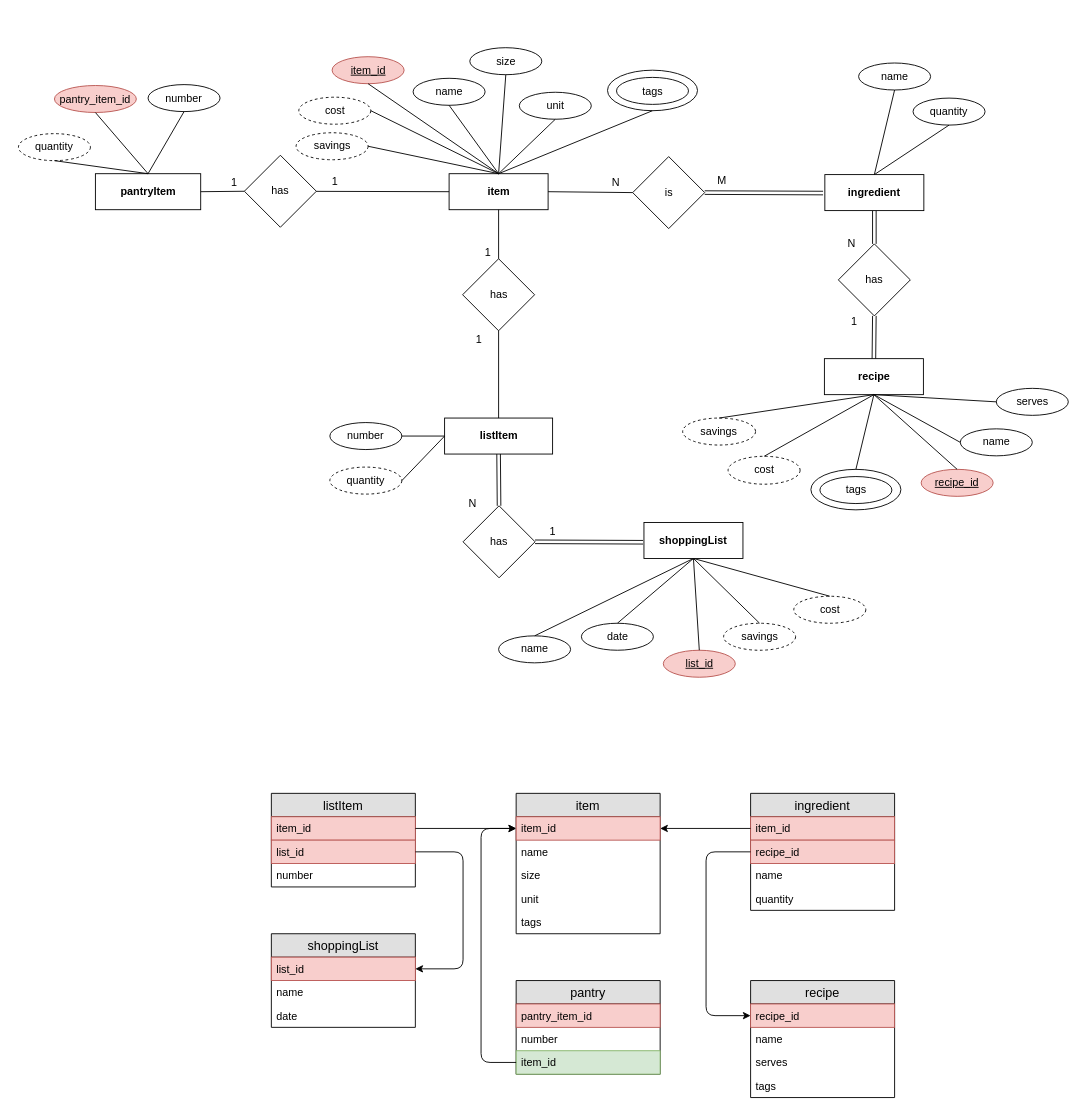
Above: foodShopER.drawio in Oolay/food-shop (draw.io), before the change. Source tidied: cells renumbered, new cells numbered last; positions are measured from the earlier drawing's top-left corner, leaving out a move shared by most shapes. Both pictures are drawn from the tidied source at 90%, with x=0, y=0 at pixel (18, 47).
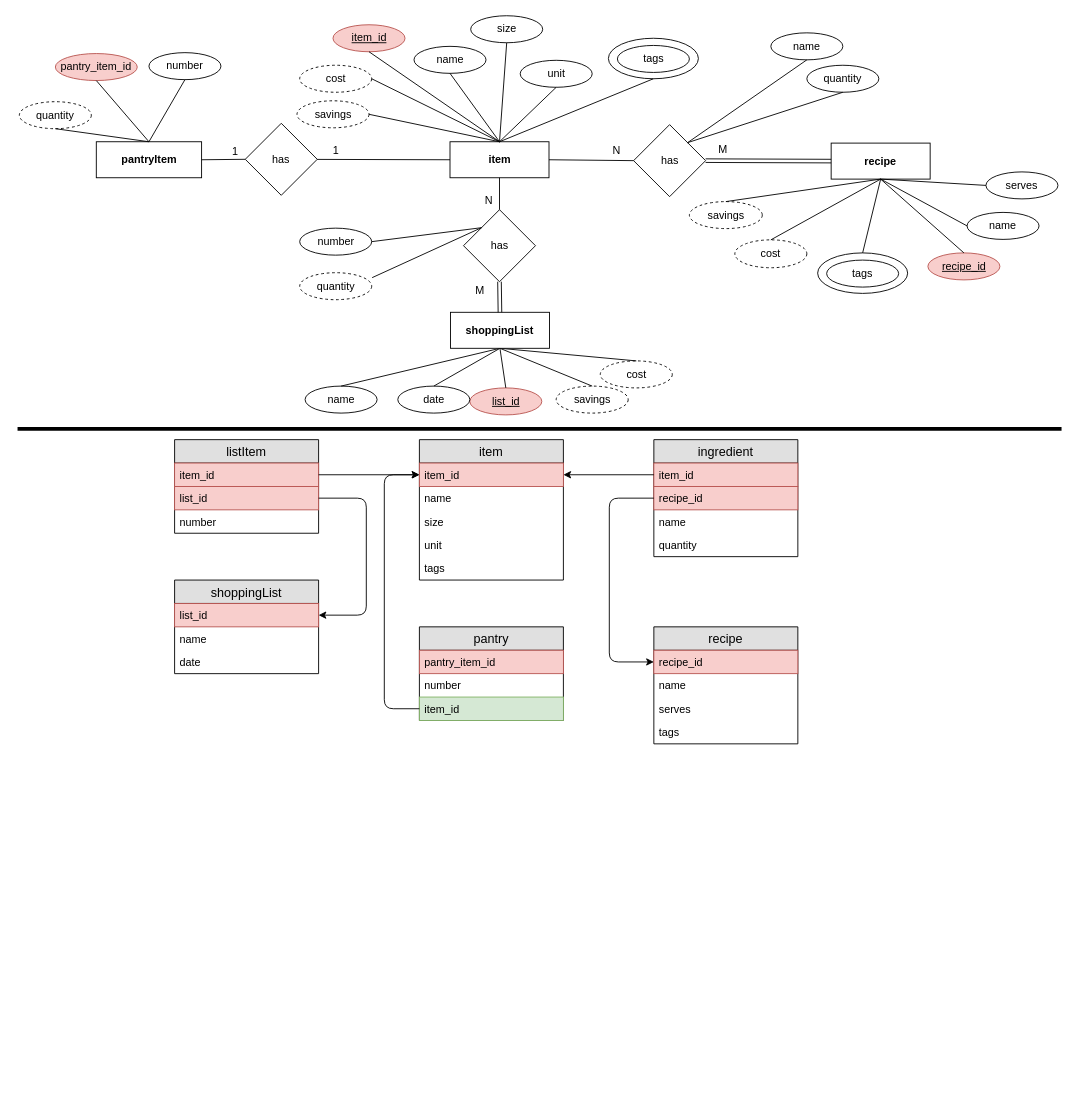
The same page after the edit.

Commit message:
Update foodShopER.drawio now includes schema

The change refers to these unchanged cells:
```xml
<mxCell id="79" value="item_id" style="text;strokeColor=#b85450;fillColor=#f8cecc;spacingLeft=4;spacingRight=4;overflow=hidden;points=[[0,0.5],[1,0.5]];portConstraint=eastwest;fontSize=12;" parent="78" vertex="1">
  <mxGeometry y="26" width="160" height="26" as="geometry" />
</mxCell>
<mxCell id="87" value="item_id" style="text;strokeColor=#82b366;fillColor=#d5e8d4;spacingLeft=4;spacingRight=4;overflow=hidden;points=[[0,0.5],[1,0.5]];portConstraint=eastwest;fontSize=12;" parent="84" vertex="1">
  <mxGeometry y="78" width="160" height="26" as="geometry" />
</mxCell>
<mxCell id="89" value="recipe_id" style="text;strokeColor=#b85450;fillColor=#f8cecc;spacingLeft=4;spacingRight=4;overflow=hidden;points=[[0,0.5],[1,0.5]];portConstraint=eastwest;fontSize=12;" parent="88" vertex="1">
  <mxGeometry y="26" width="160" height="26" as="geometry" />
</mxCell>
<mxCell id="94" value="list_id" style="text;strokeColor=#b85450;fillColor=#f8cecc;spacingLeft=4;spacingRight=4;overflow=hidden;points=[[0,0.5],[1,0.5]];portConstraint=eastwest;fontSize=12;" parent="93" vertex="1">
  <mxGeometry y="26" width="160" height="26" as="geometry" />
</mxCell>
<mxCell id="101" value="recipe_id" style="text;strokeColor=#b85450;fillColor=#f8cecc;spacingLeft=4;spacingRight=4;overflow=hidden;points=[[0,0.5],[1,0.5]];portConstraint=eastwest;fontSize=12;" parent="99" vertex="1">
  <mxGeometry y="52" width="160" height="26" as="geometry" />
</mxCell>
<mxCell id="106" value="list_id" style="text;strokeColor=#b85450;fillColor=#f8cecc;spacingLeft=4;spacingRight=4;overflow=hidden;points=[[0,0.5],[1,0.5]];portConstraint=eastwest;fontSize=12;" parent="104" vertex="1">
  <mxGeometry y="52" width="160" height="26" as="geometry" />
</mxCell>
```

Diff of the diagram source:
```diff
@@
     <mxCell id="2" value="item" style="rounded=0;whiteSpace=wrap;html=1;fontStyle=1;" parent="1" vertex="1">
-      <mxGeometry x="478.5" y="140.5" width="110" height="40" as="geometry" />
+      <mxGeometry x="479.5" y="105" width="110" height="40" as="geometry" />
     </mxCell>
     <mxCell id="3" value="recipe" style="rounded=0;whiteSpace=wrap;html=1;fontStyle=1;" parent="1" vertex="1">
-      <mxGeometry x="895.5" y="346" width="110" height="40" as="geometry" />
+      <mxGeometry x="903" y="106.5" width="110" height="40" as="geometry" />
     </mxCell>
-    <mxCell id="4" value="listItem" style="rounded=0;whiteSpace=wrap;html=1;fontStyle=1;" parent="1" vertex="1">
-      <mxGeometry x="473.5" y="412" width="120" height="40" as="geometry" />
-    </mxCell>
     <mxCell id="5" value="pantryItem" style="rounded=0;whiteSpace=wrap;html=1;fontStyle=1;" parent="1" vertex="1">
-      <mxGeometry x="85.5" y="140.5" width="117" height="40" as="geometry" />
+      <mxGeometry x="86.5" y="105" width="117" height="40" as="geometry" />
     </mxCell>
     <mxCell id="6" value="item_id" style="ellipse;whiteSpace=wrap;html=1;fillColor=#f8cecc;strokeColor=#b85450;fontStyle=4;" parent="1" vertex="1">
-      <mxGeometry x="348.5" y="10.5" width="80" height="30" as="geometry" />
+      <mxGeometry x="349.5" y="-25" width="80" height="30" as="geometry" />
     </mxCell>
     <mxCell id="7" value="name" style="ellipse;whiteSpace=wrap;html=1;" parent="1" vertex="1">
-      <mxGeometry x="438.5" y="34.5" width="80" height="30" as="geometry" />
+      <mxGeometry x="439.5" y="-1" width="80" height="30" as="geometry" />
     </mxCell>
     <mxCell id="8" value="unit" style="ellipse;whiteSpace=wrap;html=1;" parent="1" vertex="1">
-      <mxGeometry x="556.5" y="50" width="80" height="30" as="geometry" />
+      <mxGeometry x="557.5" y="14.5" width="80" height="30" as="geometry" />
     </mxCell>
     <mxCell id="9" value="size" style="ellipse;whiteSpace=wrap;html=1;" parent="1" vertex="1">
-      <mxGeometry x="501.5" y="0.5" width="80" height="30" as="geometry" />
+      <mxGeometry x="502.5" y="-35" width="80" height="30" as="geometry" />
     </mxCell>
@@
     <mxCell id="14" value="recipe_id" style="ellipse;whiteSpace=wrap;html=1;fillColor=#f8cecc;strokeColor=#b85450;fontStyle=4;" parent="1" vertex="1">
-      <mxGeometry x="1003" y="469" width="80" height="30" as="geometry" />
+      <mxGeometry x="1010.5" y="228.5" width="80" height="30" as="geometry" />
     </mxCell>
     <mxCell id="15" value="name" style="ellipse;whiteSpace=wrap;html=1;" parent="1" vertex="1">
-      <mxGeometry x="1046.5" y="424" width="80" height="30" as="geometry" />
+      <mxGeometry x="1054" y="183.5" width="80" height="30" as="geometry" />
     </mxCell>
     <mxCell id="16" value="has" style="rhombus;whiteSpace=wrap;html=1;" parent="1" vertex="1">
-      <mxGeometry x="493.5" y="235" width="80" height="80" as="geometry" />
+      <mxGeometry x="494.5" y="180.5" width="80" height="80" as="geometry" />
     </mxCell>
     <mxCell id="17" value="cost" style="ellipse;whiteSpace=wrap;html=1;dashed=1;" parent="1" vertex="1">
-      <mxGeometry x="311.5" y="55.5" width="80" height="30" as="geometry" />
+      <mxGeometry x="312.5" y="20" width="80" height="30" as="geometry" />
     </mxCell>
     <mxCell id="18" value="savings" style="ellipse;whiteSpace=wrap;html=1;dashed=1;" parent="1" vertex="1">
-      <mxGeometry x="308.5" y="95" width="80" height="30" as="geometry" />
+      <mxGeometry x="309.5" y="59.5" width="80" height="30" as="geometry" />
     </mxCell>
     <mxCell id="19" value="list_id" style="ellipse;whiteSpace=wrap;html=1;fillColor=#f8cecc;strokeColor=#b85450;fontStyle=4;" parent="1" vertex="1">
-      <mxGeometry x="716.5" y="670" width="80" height="30" as="geometry" />
+      <mxGeometry x="501.5" y="378.5" width="80" height="30" as="geometry" />
     </mxCell>
@@
-    <mxCell id="21" value="is" style="rhombus;whiteSpace=wrap;html=1;" parent="1" vertex="1">
-      <mxGeometry x="682.5" y="121.5" width="80" height="80" as="geometry" />
+    <mxCell id="21" value="has" style="rhombus;whiteSpace=wrap;html=1;" parent="1" vertex="1">
+      <mxGeometry x="683.5" y="86" width="80" height="80" as="geometry" />
     </mxCell>
@@
-    <mxCell id="23" style="shape=link;html=1;exitX=1;exitY=0.5;exitDx=0;exitDy=0;" parent="1" edge="1" source="21">
-      <mxGeometry relative="1" as="geometry">
-        <mxPoint x="894" y="162" as="targetPoint" />
-      </mxGeometry>
+    <mxCell id="23" style="shape=link;html=1;exitX=1;exitY=0.5;exitDx=0;exitDy=0;entryX=0;entryY=0.5;entryDx=0;entryDy=0;" parent="1" edge="1" source="21" target="3">
+      <mxGeometry relative="1" as="geometry" />
     </mxCell>
@@
     <mxCell id="25" value="N" style="text;html=1;strokeColor=none;fillColor=none;align=center;verticalAlign=middle;whiteSpace=wrap;rounded=0;dashed=1;" parent="1" vertex="1">
-      <mxGeometry x="643.5" y="140.5" width="40" height="20" as="geometry" />
+      <mxGeometry x="644.5" y="105" width="40" height="20" as="geometry" />
     </mxCell>
     <mxCell id="26" value="M" style="text;html=1;strokeColor=none;fillColor=none;align=center;verticalAlign=middle;whiteSpace=wrap;rounded=0;dashed=1;" parent="1" vertex="1">
-      <mxGeometry x="761.5" y="139" width="40" height="20" as="geometry" />
+      <mxGeometry x="762.5" y="103.5" width="40" height="20" as="geometry" />
     </mxCell>
-    <mxCell id="27" value="1" style="text;html=1;strokeColor=none;fillColor=none;align=center;verticalAlign=middle;whiteSpace=wrap;rounded=0;dashed=1;" parent="1" vertex="1">
-      <mxGeometry x="491.5" y="315" width="40" height="20" as="geometry" />
+    <mxCell id="27" value="M" style="text;html=1;strokeColor=none;fillColor=none;align=center;verticalAlign=middle;whiteSpace=wrap;rounded=0;dashed=1;" parent="1" vertex="1">
+      <mxGeometry x="492.5" y="260.5" width="40" height="20" as="geometry" />
     </mxCell>
-    <mxCell id="28" value="1" style="text;html=1;strokeColor=none;fillColor=none;align=center;verticalAlign=middle;whiteSpace=wrap;rounded=0;dashed=1;" parent="1" vertex="1">
-      <mxGeometry x="501.5" y="217.5" width="40" height="20" as="geometry" />
+    <mxCell id="28" value="N" style="text;html=1;strokeColor=none;fillColor=none;align=center;verticalAlign=middle;whiteSpace=wrap;rounded=0;dashed=1;" parent="1" vertex="1">
+      <mxGeometry x="502.5" y="160.5" width="40" height="20" as="geometry" />
     </mxCell>
@@
     <mxCell id="31" value="serves" style="ellipse;whiteSpace=wrap;html=1;" parent="1" vertex="1">
-      <mxGeometry x="1086.5" y="379" width="80" height="30" as="geometry" />
+      <mxGeometry x="1075" y="138.5" width="80" height="30" as="geometry" />
     </mxCell>
@@
     <mxCell id="33" value="cost" style="ellipse;whiteSpace=wrap;html=1;dashed=1;" parent="1" vertex="1">
-      <mxGeometry x="788.5" y="454.5" width="80" height="31" as="geometry" />
+      <mxGeometry x="796" y="214" width="80" height="31" as="geometry" />
     </mxCell>
     <mxCell id="34" value="savings" style="ellipse;whiteSpace=wrap;html=1;dashed=1;" parent="1" vertex="1">
-      <mxGeometry x="738" y="412" width="81" height="30" as="geometry" />
+      <mxGeometry x="745.5" y="171.5" width="81" height="30" as="geometry" />
     </mxCell>
@@
     <mxCell id="37" value="date" style="ellipse;whiteSpace=wrap;html=1;" parent="1" vertex="1">
-      <mxGeometry x="625.5" y="640" width="80" height="30" as="geometry" />
+      <mxGeometry x="421.5" y="376.5" width="80" height="30" as="geometry" />
     </mxCell>
@@
     <mxCell id="41" value="cost" style="ellipse;whiteSpace=wrap;html=1;dashed=1;" parent="1" vertex="1">
-      <mxGeometry x="861.5" y="610" width="80" height="30" as="geometry" />
+      <mxGeometry x="646.5" y="348.5" width="80" height="30" as="geometry" />
     </mxCell>
     <mxCell id="42" value="savings" style="ellipse;whiteSpace=wrap;html=1;dashed=1;" parent="1" vertex="1">
-      <mxGeometry x="783.5" y="640" width="80" height="30" as="geometry" />
+      <mxGeometry x="597.5" y="376.5" width="80" height="30" as="geometry" />
     </mxCell>
     <mxCell id="43" style="ellipse;whiteSpace=wrap;html=1;" parent="1" vertex="1">
-      <mxGeometry x="654.5" y="25.5" width="100" height="45" as="geometry" />
+      <mxGeometry x="655.5" y="-10" width="100" height="45" as="geometry" />
     </mxCell>
     <mxCell id="44" value="tags" style="ellipse;whiteSpace=wrap;html=1;fontStyle=0;" parent="1" vertex="1">
-      <mxGeometry x="664.5" y="33.5" width="80" height="30" as="geometry" />
+      <mxGeometry x="665.5" y="-2" width="80" height="30" as="geometry" />
     </mxCell>
     <mxCell id="45" style="ellipse;whiteSpace=wrap;html=1;" parent="1" vertex="1">
-      <mxGeometry x="880.5" y="469" width="100" height="45" as="geometry" />
+      <mxGeometry x="888" y="228.5" width="100" height="45" as="geometry" />
     </mxCell>
     <mxCell id="46" value="tags" style="ellipse;whiteSpace=wrap;html=1;fontStyle=0;" parent="1" vertex="1">
-      <mxGeometry x="890.5" y="477" width="80" height="30" as="geometry" />
+      <mxGeometry x="898" y="236.5" width="80" height="30" as="geometry" />
     </mxCell>
@@
     <mxCell id="49" value="number" style="ellipse;whiteSpace=wrap;html=1;" parent="1" vertex="1">
-      <mxGeometry x="144" y="41.5" width="80" height="30" as="geometry" />
+      <mxGeometry x="145" y="6" width="80" height="30" as="geometry" />
     </mxCell>
@@
     <mxCell id="53" value="quantity" style="ellipse;whiteSpace=wrap;html=1;" parent="1" vertex="1">
-      <mxGeometry x="994" y="56.5" width="80" height="30" as="geometry" />
+      <mxGeometry x="876" y="20" width="80" height="30" as="geometry" />
     </mxCell>
-    <mxCell id="54" style="endArrow=none;html=1;exitX=0.5;exitY=0;exitDx=0;exitDy=0;entryX=0.5;entryY=1;entryDx=0;entryDy=0;" parent="1" edge="1" source="108" target="53">
+    <mxCell id="54" style="endArrow=none;html=1;exitX=1;exitY=0;exitDx=0;exitDy=0;entryX=0.5;entryY=1;entryDx=0;entryDy=0;" parent="1" edge="1" source="21" target="53">
       <mxGeometry relative="1" as="geometry" />
     </mxCell>
     <mxCell id="55" value="quantity" style="ellipse;whiteSpace=wrap;html=1;dashed=1;" parent="1" vertex="1">
-      <mxGeometry y="96" width="80" height="30" as="geometry" />
+      <mxGeometry x="1" y="60.5" width="80" height="30" as="geometry" />
     </mxCell>
@@
-    <mxCell id="57" value="has" style="rhombus;whiteSpace=wrap;html=1;" parent="1" vertex="1">
-      <mxGeometry x="911" y="218.5" width="80" height="80" as="geometry" />
-    </mxCell>
-    <mxCell id="58" style="shape=link;html=1;exitX=0.5;exitY=0;exitDx=0;exitDy=0;entryX=0.5;entryY=1;entryDx=0;entryDy=0;" parent="1" edge="1" source="57" target="108">
-      <mxGeometry relative="1" as="geometry" />
-    </mxCell>
-    <mxCell id="59" style="shape=link;html=1;exitX=0.5;exitY=0;exitDx=0;exitDy=0;entryX=0.5;entryY=1;entryDx=0;entryDy=0;" parent="1" edge="1" source="3" target="57">
-      <mxGeometry relative="1" as="geometry" />
-    </mxCell>
     <mxCell id="60" value="has" style="rhombus;whiteSpace=wrap;html=1;" parent="1" vertex="1">
-      <mxGeometry x="251" y="120" width="80" height="80" as="geometry" />
+      <mxGeometry x="252" y="84.5" width="80" height="80" as="geometry" />
     </mxCell>
@@
-    <mxCell id="63" value="N" style="text;html=1;strokeColor=none;fillColor=none;align=center;verticalAlign=middle;whiteSpace=wrap;rounded=0;dashed=1;" parent="1" vertex="1">
-      <mxGeometry x="906" y="207.5" width="40" height="20" as="geometry" />
-    </mxCell>
-    <mxCell id="64" value="1" style="text;html=1;strokeColor=none;fillColor=none;align=center;verticalAlign=middle;whiteSpace=wrap;rounded=0;dashed=1;" parent="1" vertex="1">
-      <mxGeometry x="908.5" y="295" width="40" height="20" as="geometry" />
-    </mxCell>
     <mxCell id="65" value="1" style="text;html=1;strokeColor=none;fillColor=none;align=center;verticalAlign=middle;whiteSpace=wrap;rounded=0;dashed=1;" parent="1" vertex="1">
-      <mxGeometry x="331.5" y="140" width="40" height="20" as="geometry" />
+      <mxGeometry x="332.5" y="104.5" width="40" height="20" as="geometry" />
     </mxCell>
     <mxCell id="66" value="1" style="text;html=1;strokeColor=none;fillColor=none;align=center;verticalAlign=middle;whiteSpace=wrap;rounded=0;dashed=1;" parent="1" vertex="1">
-      <mxGeometry x="220" y="141" width="40" height="20" as="geometry" />
+      <mxGeometry x="221" y="105.5" width="40" height="20" as="geometry" />
     </mxCell>
     <mxCell id="67" value="number" style="ellipse;whiteSpace=wrap;html=1;" parent="1" vertex="1">
-      <mxGeometry x="346" y="417" width="80" height="30" as="geometry" />
+      <mxGeometry x="312.5" y="201" width="80" height="30" as="geometry" />
     </mxCell>
-    <mxCell id="68" style="endArrow=none;html=1;exitX=1;exitY=0.5;exitDx=0;exitDy=0;entryX=0;entryY=0.5;entryDx=0;entryDy=0;" parent="1" edge="1" source="67" target="4">
+    <mxCell id="68" style="endArrow=none;html=1;exitX=1;exitY=0.5;exitDx=0;exitDy=0;entryX=0;entryY=0;entryDx=0;entryDy=0;" parent="1" edge="1" source="67" target="16">
       <mxGeometry relative="1" as="geometry" />
     </mxCell>
-    <mxCell id="69" value="has" style="rhombus;whiteSpace=wrap;html=1;" parent="1" vertex="1">
-      <mxGeometry x="494" y="509.5" width="80" height="80" as="geometry" />
-    </mxCell>
-    <mxCell id="70" style="shape=link;html=1;entryX=0.5;entryY=0;entryDx=0;entryDy=0;exitX=0.5;exitY=1;exitDx=0;exitDy=0;" parent="1" edge="1" source="4" target="69">
-      <mxGeometry relative="1" as="geometry" />
-    </mxCell>
-    <mxCell id="71" style="shape=link;html=1;exitX=1;exitY=0.5;exitDx=0;exitDy=0;" parent="1" edge="1" source="69">
-      <mxGeometry relative="1" as="geometry">
-        <mxPoint x="694" y="550" as="targetPoint" />
-      </mxGeometry>
-    </mxCell>
-    <mxCell id="72" value="N" style="text;html=1;strokeColor=none;fillColor=none;align=center;verticalAlign=middle;whiteSpace=wrap;rounded=0;dashed=1;" parent="1" vertex="1">
-      <mxGeometry x="485" y="496.5" width="40" height="20" as="geometry" />
-    </mxCell>
-    <mxCell id="73" value="1" style="text;html=1;strokeColor=none;fillColor=none;align=center;verticalAlign=middle;whiteSpace=wrap;rounded=0;dashed=1;" parent="1" vertex="1">
-      <mxGeometry x="574" y="528" width="40" height="20" as="geometry" />
-    </mxCell>
     <mxCell id="74" value="pantry_item_id" style="ellipse;whiteSpace=wrap;html=1;fillColor=#f8cecc;strokeColor=#b85450;" parent="1" vertex="1">
-      <mxGeometry x="40" y="42.5" width="91" height="30" as="geometry" />
+      <mxGeometry x="41" y="7" width="91" height="30" as="geometry" />
     </mxCell>
@@
     <mxCell id="76" value="quantity" style="ellipse;whiteSpace=wrap;html=1;dashed=1;" parent="1" vertex="1">
-      <mxGeometry x="346" y="466.5" width="80" height="30" as="geometry" />
+      <mxGeometry x="312.5" y="250.5" width="80" height="30" as="geometry" />
     </mxCell>
-    <mxCell id="77" style="endArrow=none;html=1;exitX=0;exitY=0.5;exitDx=0;exitDy=0;entryX=1;entryY=0.5;entryDx=0;entryDy=0;" parent="1" edge="1" source="4" target="76">
-      <mxGeometry relative="1" as="geometry" />
+    <mxCell id="77" style="endArrow=none;html=1;exitX=0;exitY=0;exitDx=0;exitDy=0;entryX=1;entryY=0.5;entryDx=0;entryDy=0;" parent="1" edge="1" source="16">
+      <mxGeometry relative="1" as="geometry">
+        <mxPoint x="393" y="256" as="targetPoint" />
+      </mxGeometry>
     </mxCell>
     <mxCell id="78" value="item" style="swimlane;fontStyle=0;horizontal=1;startSize=26;fillColor=#e0e0e0;swimlaneFillColor=#ffffff;align=center;fontSize=14;" parent="1" vertex="1">
-      <mxGeometry x="553" y="829" width="160" height="156" as="geometry" />
+      <mxGeometry x="445.5" y="436" width="160" height="156" as="geometry" />
     </mxCell>
@@
     <mxCell id="84" value="pantry" style="swimlane;fontStyle=0;horizontal=1;startSize=26;fillColor=#e0e0e0;swimlaneFillColor=#ffffff;align=center;fontSize=14;" parent="1" vertex="1">
-      <mxGeometry x="553" y="1037" width="160" height="104" as="geometry" />
+      <mxGeometry x="445.5" y="644" width="160" height="104" as="geometry" />
     </mxCell>
@@
     <mxCell id="88" value="recipe" style="swimlane;fontStyle=0;horizontal=1;startSize=26;fillColor=#e0e0e0;swimlaneFillColor=#ffffff;align=center;fontSize=14;" parent="1" vertex="1">
-      <mxGeometry x="813.5" y="1037" width="160" height="130" as="geometry" />
+      <mxGeometry x="706" y="644" width="160" height="130" as="geometry" />
     </mxCell>
@@
     <mxCell id="93" value="shoppingList" style="swimlane;fontStyle=0;horizontal=1;startSize=26;fillColor=#e0e0e0;swimlaneFillColor=#ffffff;align=center;fontSize=14;" parent="1" vertex="1">
-      <mxGeometry x="281" y="985" width="160" height="104" as="geometry" />
+      <mxGeometry x="173.5" y="592" width="160" height="104" as="geometry" />
     </mxCell>
@@
     <mxCell id="97" value="name" style="ellipse;whiteSpace=wrap;html=1;" parent="1" vertex="1">
-      <mxGeometry x="533.5" y="654" width="80" height="30" as="geometry" />
+      <mxGeometry x="318.5" y="376.5" width="80" height="30" as="geometry" />
     </mxCell>
@@
     <mxCell id="99" value="ingredient" style="swimlane;fontStyle=0;horizontal=1;startSize=26;fillColor=#e0e0e0;swimlaneFillColor=#ffffff;align=center;fontSize=14;" parent="1" vertex="1">
-      <mxGeometry x="813.5" y="829" width="160" height="130" as="geometry" />
+      <mxGeometry x="706" y="436" width="160" height="130" as="geometry" />
     </mxCell>
@@
     <mxCell id="104" value="listItem" style="swimlane;fontStyle=0;horizontal=1;startSize=26;fillColor=#e0e0e0;swimlaneFillColor=#ffffff;align=center;fontSize=14;" parent="1" vertex="1">
-      <mxGeometry x="281" y="829" width="160" height="104" as="geometry" />
+      <mxGeometry x="173.5" y="436" width="160" height="104" as="geometry" />
     </mxCell>
@@
-    <mxCell id="108" value="ingredient" style="rounded=0;whiteSpace=wrap;html=1;fontStyle=1;" parent="1" vertex="1">
-      <mxGeometry x="896" y="141.5" width="110" height="40" as="geometry" />
-    </mxCell>
     <mxCell id="109" value="name" style="ellipse;whiteSpace=wrap;html=1;" parent="1" vertex="1">
-      <mxGeometry x="933.5" y="17.5" width="80" height="30" as="geometry" />
+      <mxGeometry x="836" y="-16" width="80" height="30" as="geometry" />
     </mxCell>
-    <mxCell id="110" style="endArrow=none;html=1;exitX=0.5;exitY=0;exitDx=0;exitDy=0;entryX=0.5;entryY=1;entryDx=0;entryDy=0;" parent="1" edge="1" source="108" target="109">
+    <mxCell id="110" style="endArrow=none;html=1;exitX=1;exitY=0;exitDx=0;exitDy=0;entryX=0.5;entryY=1;entryDx=0;entryDy=0;" parent="1" edge="1" source="21" target="109">
       <mxGeometry relative="1" as="geometry" />
     </mxCell>
     <mxCell id="111" value="shoppingList" style="rounded=0;whiteSpace=wrap;html=1;fontStyle=1;" parent="1" vertex="1">
-      <mxGeometry x="695" y="528" width="110" height="40" as="geometry" />
+      <mxGeometry x="480" y="294.5" width="110" height="40" as="geometry" />
     </mxCell>
-    <mxCell id="112" style="endArrow=none;html=1;entryX=0.5;entryY=1;entryDx=0;entryDy=0;exitX=0.5;exitY=0;exitDx=0;exitDy=0;" parent="1" edge="1" source="4" target="16">
-      <mxGeometry relative="1" as="geometry" />
-    </mxCell>
@@
     <mxCell id="114" style="endArrow=classic;html=1;exitX=1;exitY=0.5;exitDx=0;exitDy=0;entryX=1;entryY=0.5;entryDx=0;entryDy=0;" parent="1" edge="1" source="106" target="94">
       <mxGeometry relative="1" as="geometry">
         <Array as="points">
-          <mxPoint x="494" y="894" />
-          <mxPoint x="494" y="1024" />
+          <mxPoint x="386.5" y="501" />
+          <mxPoint x="386.5" y="631" />
         </Array>
       </mxGeometry>
     </mxCell>
@@
     <mxCell id="116" style="endArrow=classic;html=1;exitX=0;exitY=0.5;exitDx=0;exitDy=0;entryX=0;entryY=0.5;entryDx=0;entryDy=0;" parent="1" edge="1" source="101" target="89">
       <mxGeometry relative="1" as="geometry">
         <Array as="points">
-          <mxPoint x="764" y="894" />
-          <mxPoint x="764" y="1076" />
+          <mxPoint x="656.5" y="501" />
+          <mxPoint x="656.5" y="683" />
         </Array>
       </mxGeometry>
     </mxCell>
     <mxCell id="117" style="endArrow=classic;html=1;entryX=0;entryY=0.5;entryDx=0;entryDy=0;exitX=0;exitY=0.5;exitDx=0;exitDy=0;" parent="1" edge="1" source="87" target="79">
       <mxGeometry relative="1" as="geometry">
         <Array as="points">
-          <mxPoint x="514" y="1128" />
-          <mxPoint x="514" y="868" />
+          <mxPoint x="406.5" y="735" />
+          <mxPoint x="406.5" y="475" />
         </Array>
       </mxGeometry>
     </mxCell>
+    <mxCell id="118" style="shape=link;html=1;entryX=0.5;entryY=1;entryDx=0;entryDy=0;exitX=0.5;exitY=0;exitDx=0;exitDy=0;" parent="1" edge="1" source="111" target="16">
+      <mxGeometry relative="1" as="geometry" />
+    </mxCell>
+    <mxCell id="119" style="line;strokeWidth=4;fillColor=none;align=left;verticalAlign=middle;spacingTop=-1;spacingLeft=3;spacingRight=3;labelPosition=right;fontSize=12;" parent="1" vertex="1">
+      <mxGeometry x="-1" y="420" width="1160" height="8" as="geometry" />
+    </mxCell>
```
